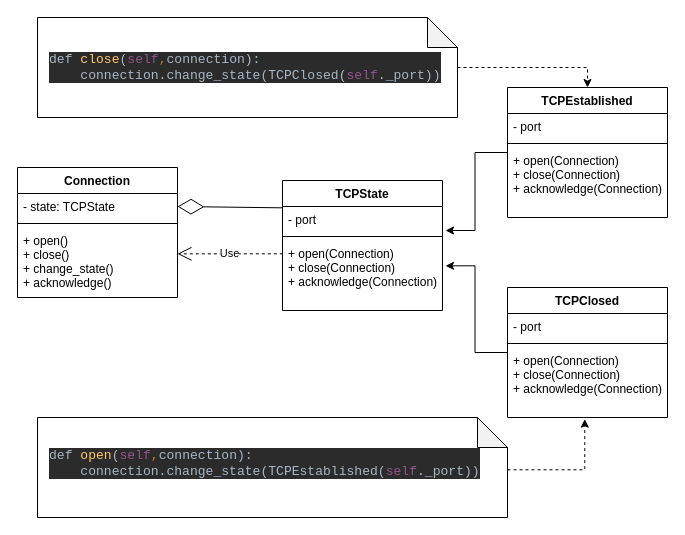
This is img/state.drawio from ElenaShargina/patterns, a draw.io file, before an edit. Source tidied: cells renumbered, new cells numbered last; positions are measured from the earlier drawing's top-left corner, leaving out a move shared by most shapes. Both pictures are drawn from the tidied source at 100%, with x=0, y=0 at pixel (17, 17).
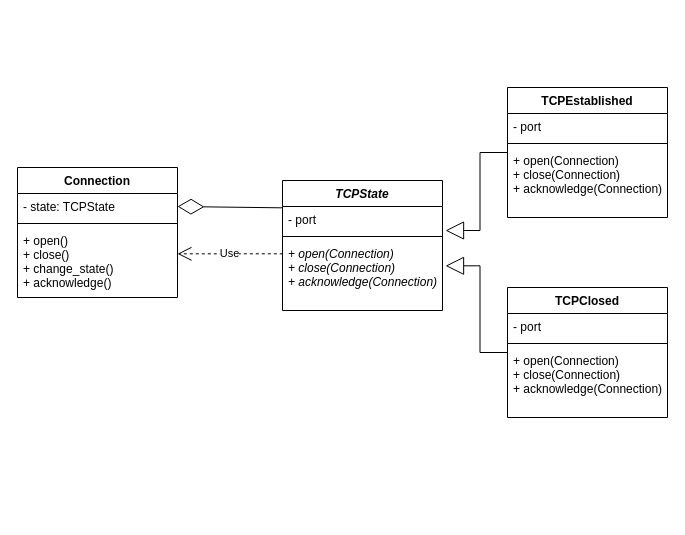
The same diagram, later.

The change refers to these unchanged cells:
```xml
<mxCell id="11" value="TCPEstablished" style="swimlane;fontStyle=1;align=center;verticalAlign=top;horizontal=1;startSize=26;" parent="1" vertex="1">
  <mxGeometry x="490" y="70" width="160" height="130" as="geometry" />
</mxCell>
<mxCell id="16" value="TCPClosed" style="swimlane;fontStyle=1;align=center;verticalAlign=top;horizontal=1;startSize=26;" parent="1" vertex="1">
  <mxGeometry x="490" y="270" width="160" height="130" as="geometry" />
</mxCell>
<mxCell id="19" value="+ open(Connection)&#10;+ close(Connection)&#10;+ acknowledge(Connection)" style="text;strokeColor=none;fillColor=none;align=left;verticalAlign=top;spacingLeft=4;spacingRight=4;overflow=hidden;points=[[0,0.5],[1,0.5]];portConstraint=eastwest;" parent="16" vertex="1">
  <mxGeometry y="60" width="160" height="70" as="geometry" />
</mxCell>
```

What changed in the source:
```diff
@@
-    <mxCell id="6" value="TCPState" style="swimlane;fontStyle=1;align=center;verticalAlign=top;horizontal=1;startSize=26;" parent="1" vertex="1">
+    <mxCell id="6" value="TCPState" style="swimlane;fontStyle=3;align=center;verticalAlign=top;horizontal=1;startSize=26;" parent="1" vertex="1">
       <mxGeometry x="265" y="163" width="160" height="130" as="geometry" />
     </mxCell>
-    <mxCell id="7" value="- port" style="text;strokeColor=none;fillColor=none;align=left;verticalAlign=top;spacingLeft=4;spacingRight=4;overflow=hidden;points=[[0,0.5],[1,0.5]];portConstraint=eastwest;" parent="6" vertex="1">
+    <mxCell id="7" value="- port" style="text;strokeColor=none;fillColor=none;align=left;verticalAlign=top;spacingLeft=4;spacingRight=4;overflow=hidden;points=[[0,0.5],[1,0.5]];portConstraint=eastwest;fontStyle=0;" parent="6" vertex="1">
       <mxGeometry y="26" width="160" height="26" as="geometry" />
     </mxCell>
@@
-    <mxCell id="9" value="+ open(Connection)&#10;+ close(Connection)&#10;+ acknowledge(Connection)" style="text;strokeColor=none;fillColor=none;align=left;verticalAlign=top;spacingLeft=4;spacingRight=4;overflow=hidden;points=[[0,0.5],[1,0.5]];portConstraint=eastwest;" parent="6" vertex="1">
+    <mxCell id="9" value="+ open(Connection)&#10;+ close(Connection)&#10;+ acknowledge(Connection)" style="text;strokeColor=none;fillColor=none;align=left;verticalAlign=top;spacingLeft=4;spacingRight=4;overflow=hidden;points=[[0,0.5],[1,0.5]];portConstraint=eastwest;fontStyle=2;" parent="6" vertex="1">
       <mxGeometry y="60" width="160" height="70" as="geometry" />
     </mxCell>
-    <mxCell id="10" style="edgeStyle=orthogonalEdgeStyle;rounded=0;jettySize=auto;html=1;entryX=1.019;entryY=0.923;entryDx=0;entryDy=0;entryPerimeter=0;" parent="1" edge="1" source="11" target="7">
+    <mxCell id="10" style="edgeStyle=orthogonalEdgeStyle;rounded=0;jettySize=auto;html=1;entryX=1.019;entryY=0.923;entryDx=0;entryDy=0;entryPerimeter=0;endArrow=block;endFill=0;endSize=16;" parent="1" edge="1" source="11" target="7">
       <mxGeometry relative="1" as="geometry" />
     </mxCell>
@@
-    <mxCell id="15" style="edgeStyle=orthogonalEdgeStyle;rounded=0;jettySize=auto;html=1;entryX=1.019;entryY=0.362;entryDx=0;entryDy=0;entryPerimeter=0;" parent="1" edge="1" source="16" target="9">
+    <mxCell id="15" style="edgeStyle=orthogonalEdgeStyle;rounded=0;jettySize=auto;html=1;entryX=1.019;entryY=0.362;entryDx=0;entryDy=0;entryPerimeter=0;endArrow=block;endFill=0;endSize=16;" parent="1" edge="1" source="16" target="9">
       <mxGeometry relative="1" as="geometry" />
     </mxCell>
@@
-    <mxCell id="22" style="group;" parent="1" vertex="1">
-      <mxGeometry x="160" width="420" height="100" as="geometry" />
-    </mxCell>
-    <mxCell id="23" style="shape=note;whiteSpace=wrap;html=1;backgroundOutline=1;darkOpacity=0.05;" parent="22" vertex="1">
-      <mxGeometry x="-140" width="420" height="100" as="geometry" />
-    </mxCell>
-    <mxCell id="24" value="&lt;pre style=&quot;background-color:#2b2b2b;color:#a9b7c6;font-family:'JetBrains Mono',monospace;font-size:9.8pt;&quot;&gt;def &lt;span style=&quot;color:#ffc66d;&quot;&gt;close&lt;/span&gt;(&lt;span style=&quot;color:#94558d;&quot;&gt;self&lt;/span&gt;&lt;span style=&quot;color:#cc7832;&quot;&gt;,&lt;/span&gt;connection):&lt;br&gt;    connection.change_state(TCPClosed(&lt;span style=&quot;color:#94558d;&quot;&gt;self&lt;/span&gt;._port))&lt;/pre&gt;" style="text;html=1;strokeColor=none;fillColor=none;align=left;verticalAlign=middle;whiteSpace=wrap;rounded=0;" parent="22" vertex="1">
-      <mxGeometry x="-130" y="14" width="180" height="72" as="geometry" />
-    </mxCell>
-    <mxCell id="25" style="edgeStyle=orthogonalEdgeStyle;rounded=0;jettySize=auto;html=1;entryX=0.5;entryY=0;entryDx=0;entryDy=0;dashed=1;" parent="1" edge="1" source="23" target="11">
-      <mxGeometry relative="1" as="geometry" />
-    </mxCell>
-    <mxCell id="26" style="group;" parent="1" vertex="1">
-      <mxGeometry x="20" y="400" width="470" height="100" as="geometry" />
-    </mxCell>
-    <mxCell id="27" style="shape=note;whiteSpace=wrap;html=1;backgroundOutline=1;darkOpacity=0.05;" parent="26" vertex="1">
-      <mxGeometry width="470" height="100" as="geometry" />
-    </mxCell>
-    <mxCell id="28" value="&lt;pre style=&quot;background-color:#2b2b2b;color:#a9b7c6;font-family:'JetBrains Mono',monospace;font-size:9.8pt;&quot;&gt;def &lt;span style=&quot;color:#ffc66d;&quot;&gt;open&lt;/span&gt;(&lt;span style=&quot;color:#94558d;&quot;&gt;self&lt;/span&gt;&lt;span style=&quot;color:#cc7832;&quot;&gt;,&lt;/span&gt;connection):&lt;br&gt;    connection.change_state(TCPEstablished(&lt;span style=&quot;color:#94558d;&quot;&gt;self&lt;/span&gt;._port))&lt;/pre&gt;" style="text;html=1;strokeColor=none;fillColor=none;align=left;verticalAlign=middle;whiteSpace=wrap;rounded=0;" parent="26" vertex="1">
-      <mxGeometry x="10" y="10" width="180" height="72" as="geometry" />
-    </mxCell>
-    <mxCell id="29" style="edgeStyle=orthogonalEdgeStyle;rounded=0;jettySize=auto;html=1;entryX=0.483;entryY=1.024;entryDx=0;entryDy=0;entryPerimeter=0;dashed=1;exitX=1;exitY=0.523;exitDx=0;exitDy=0;exitPerimeter=0;" parent="1" edge="1" source="27" target="19">
-      <mxGeometry relative="1" as="geometry">
-        <Array as="points">
-          <mxPoint x="567" y="452" />
-        </Array>
-      </mxGeometry>
-    </mxCell>
```
